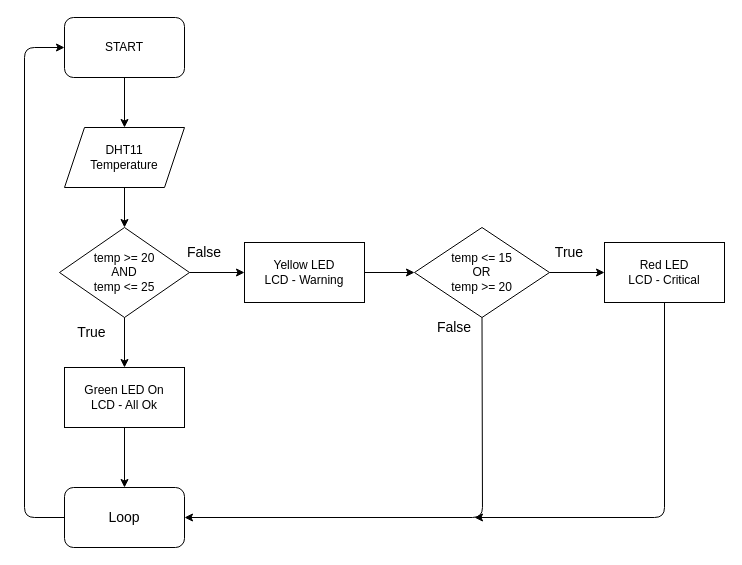
Above: Untitled Diagram.drawio in Systemad/arduino-project (draw.io), before the change. Source tidied: cells renumbered, new cells numbered last; positions are measured from the earlier drawing's top-left corner, leaving out a move shared by most shapes. Both pictures are drawn from the tidied source at 100%, with x=0, y=0 at pixel (24, 17).
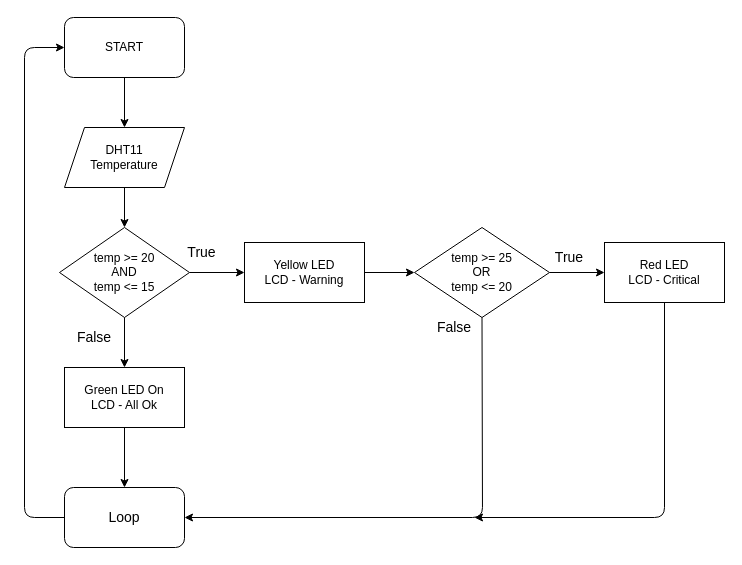
The same page after the edit.

Change to the diagram source:
```diff
@@
-    <mxCell id="5" value="temp &amp;gt;= 20&lt;br&gt;AND&lt;br&gt;temp &amp;lt;= 25" style="rhombus;whiteSpace=wrap;html=1;" parent="1" vertex="1">
+    <mxCell id="5" value="temp &amp;gt;= 20&lt;br&gt;AND&lt;br&gt;temp &amp;lt;= 15" style="rhombus;whiteSpace=wrap;html=1;" parent="1" vertex="1">
       <mxGeometry x="35" y="210" width="130" height="90" as="geometry" />
     </mxCell>
@@
     <mxCell id="9" value="&lt;font style=&quot;font-size: 14px&quot;&gt;True&lt;/font&gt;" style="text;html=1;strokeColor=none;fillColor=none;align=center;verticalAlign=middle;whiteSpace=wrap;rounded=0;" parent="1" vertex="1">
-      <mxGeometry x="40" y="300" width="55" height="30" as="geometry" />
+      <mxGeometry x="150" y="220" width="55" height="30" as="geometry" />
     </mxCell>
     <mxCell id="10" value="&lt;font style=&quot;font-size: 14px&quot;&gt;False&lt;/font&gt;" style="text;html=1;strokeColor=none;fillColor=none;align=center;verticalAlign=middle;whiteSpace=wrap;rounded=0;" parent="1" vertex="1">
-      <mxGeometry x="160" y="225" width="40" height="20" as="geometry" />
+      <mxGeometry x="50" y="310" width="40" height="20" as="geometry" />
     </mxCell>
@@
-    <mxCell id="12" value="&lt;span&gt;temp &amp;lt;= 15&lt;/span&gt;&lt;br&gt;&lt;span&gt;OR&lt;/span&gt;&lt;br&gt;&lt;span&gt;temp &amp;gt;= 20&lt;/span&gt;" style="rhombus;whiteSpace=wrap;html=1;" parent="1" vertex="1">
+    <mxCell id="12" value="&lt;span&gt;temp &amp;gt;= 25&lt;/span&gt;&lt;br&gt;&lt;span&gt;OR&lt;/span&gt;&lt;br&gt;&lt;span&gt;temp &amp;lt;= 20&lt;/span&gt;" style="rhombus;whiteSpace=wrap;html=1;" parent="1" vertex="1">
       <mxGeometry x="390" y="210" width="135" height="90" as="geometry" />
     </mxCell>
@@
     <mxCell id="21" value="&lt;font style=&quot;font-size: 14px&quot;&gt;True&lt;/font&gt;" style="text;html=1;strokeColor=none;fillColor=none;align=center;verticalAlign=middle;whiteSpace=wrap;rounded=0;" parent="1" vertex="1">
-      <mxGeometry x="525" y="225" width="40" height="20" as="geometry" />
+      <mxGeometry x="525" y="230" width="40" height="20" as="geometry" />
     </mxCell>
```
